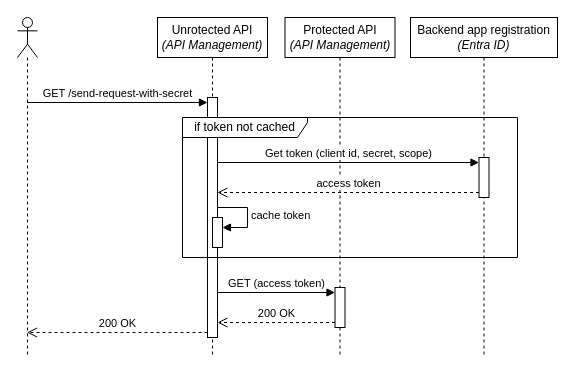
This is page "apim-to-apim" (2 of 4) of images/diagrams.drawio from ronaldbosma/call-apim-with-managed-identity, a draw.io file, before an edit. Source tidied: cells renumbered, new cells numbered last; positions are measured from the earlier drawing's top-left corner, leaving out a move shared by most shapes. Both pictures are drawn from the tidied source at 100%, with x=0, y=0 at pixel (17, 17).
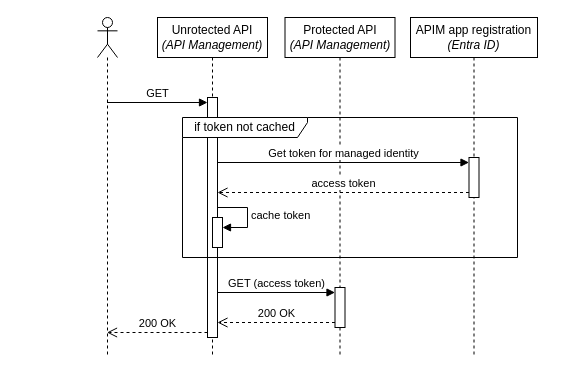
The same diagram, later.

Commit message (it also covers changes not shown here):
Add sequence diagrams

The change refers to these unchanged cells:
```xml
<mxCell id="8" style="html=1;points=[[0,0,0,0,5],[0,1,0,0,-5],[1,0,0,0,5],[1,1,0,0,-5]];perimeter=orthogonalPerimeter;outlineConnect=0;targetShapes=umlLifeline;portConstraint=eastwest;newEdgeStyle={&quot;curved&quot;:0,&quot;rounded&quot;:0};" parent="7" vertex="1">
  <mxGeometry x="50" y="80" width="10" height="240" as="geometry" />
</mxCell>
```

Change to the diagram source:
```diff
@@
     <mxCell id="2" style="shape=umlLifeline;perimeter=lifelinePerimeter;whiteSpace=wrap;html=1;outlineConnect=0;portConstraint=eastwest;newEdgeStyle={&quot;curved&quot;:0,&quot;rounded&quot;:0};participant=umlActor;" parent="1" vertex="1">
-      <mxGeometry width="20" height="340" as="geometry" />
+      <mxGeometry x="80" width="20" height="340" as="geometry" />
     </mxCell>
@@
-    <mxCell id="5" value="Backend app registration&lt;div&gt;&lt;i&gt;(Entra ID)&lt;/i&gt;&lt;/div&gt;" style="shape=umlLifeline;perimeter=lifelinePerimeter;whiteSpace=wrap;html=1;newEdgeStyle={&quot;curved&quot;:0,&quot;rounded&quot;:0};" parent="1" vertex="1">
-      <mxGeometry x="393" width="147" height="340" as="geometry" />
+    <mxCell id="5" value="APIM app registration&lt;div&gt;&lt;i&gt;(Entra ID)&lt;/i&gt;&lt;/div&gt;" style="shape=umlLifeline;perimeter=lifelinePerimeter;whiteSpace=wrap;html=1;newEdgeStyle={&quot;curved&quot;:0,&quot;rounded&quot;:0};" parent="1" vertex="1">
+      <mxGeometry x="393" width="127" height="340" as="geometry" />
     </mxCell>
     <mxCell id="6" style="html=1;points=[[0,0,0,0,5],[0,1,0,0,-5],[1,0,0,0,5],[1,1,0,0,-5]];perimeter=orthogonalPerimeter;outlineConnect=0;targetShapes=umlLifeline;portConstraint=eastwest;newEdgeStyle={&quot;curved&quot;:0,&quot;rounded&quot;:0};" parent="5" vertex="1">
-      <mxGeometry x="68.5" y="140" width="10" height="40" as="geometry" />
+      <mxGeometry x="58.5" y="140" width="10" height="40" as="geometry" />
     </mxCell>
@@
-    <mxCell id="9" value="GET /send-request-with-secret" style="html=1;verticalAlign=bottom;endArrow=block;curved=0;rounded=0;entryX=0;entryY=0;entryDx=0;entryDy=5;" parent="1" edge="1" source="2" target="8">
+    <mxCell id="9" value="GET" style="html=1;verticalAlign=bottom;endArrow=block;curved=0;rounded=0;entryX=0;entryY=0;entryDx=0;entryDy=5;" parent="1" edge="1" source="2" target="8">
       <mxGeometry relative="1" as="geometry" />
     </mxCell>
@@
-    <mxCell id="14" value="Get token (client id, secret, scope)" style="html=1;verticalAlign=bottom;endArrow=block;curved=0;rounded=0;entryX=0;entryY=0;entryDx=0;entryDy=5;" parent="1" edge="1" source="8" target="6">
+    <mxCell id="14" value="Get token for managed identity" style="html=1;verticalAlign=bottom;endArrow=block;curved=0;rounded=0;entryX=0;entryY=0;entryDx=0;entryDy=5;" parent="1" edge="1" source="8" target="6">
       <mxGeometry relative="1" as="geometry" />
     </mxCell>
```
